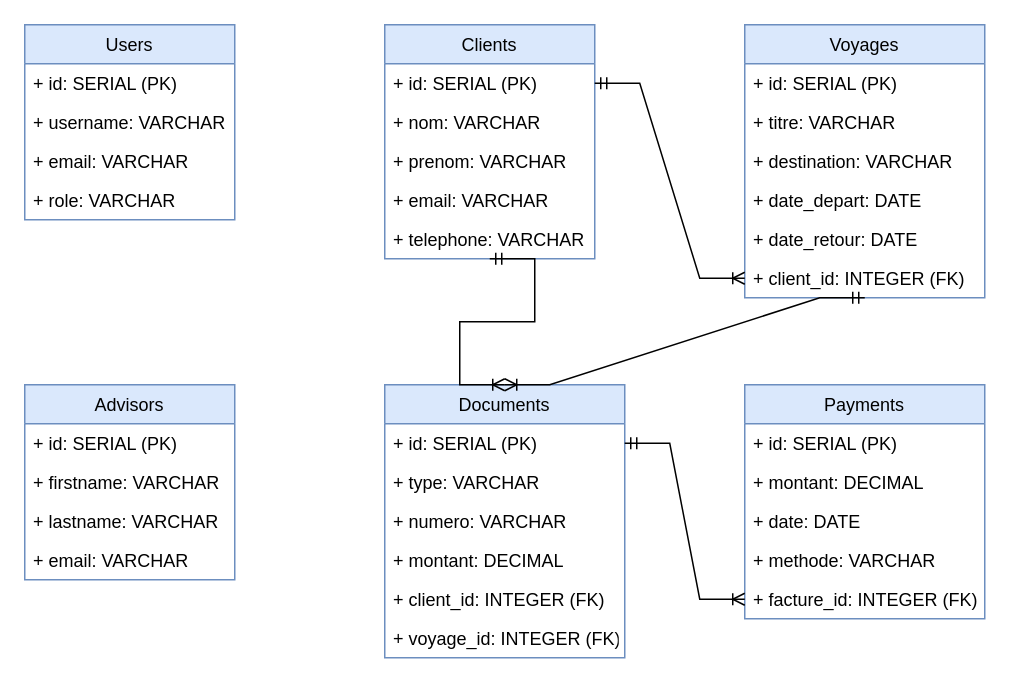
Earlier version of the draw.io diagram diagrams/er-diagram.drawio (matteobelin/Projet-Annuel---GoSquad-). Source tidied: cells renumbered, new cells numbered last; positions are measured from the earlier drawing's top-left corner, leaving out a move shared by most shapes. Both pictures are drawn from the tidied source at 150%, with x=0, y=0 at pixel (24, 24).
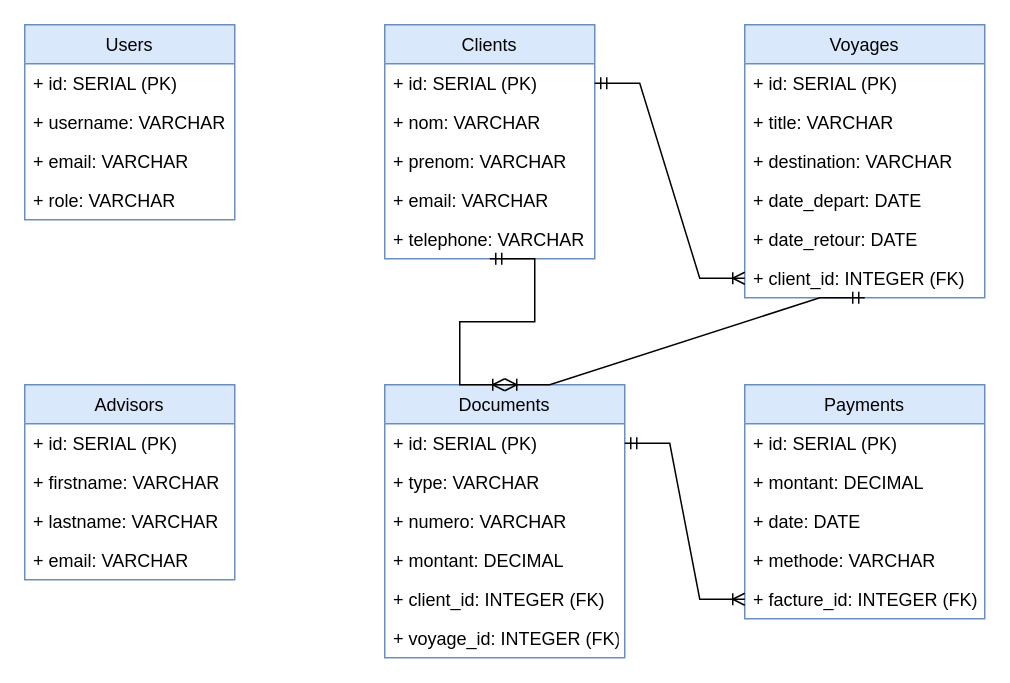
The same diagram, later.

Unchanged cells that the change refers to:
```xml
<mxCell id="13" value="Voyages" style="swimlane;fontStyle=0;horizontal=1;startSize=26;fillColor=#dae8fc;strokeColor=#6c8ebf;" parent="1" vertex="1">
  <mxGeometry x="480" width="160" height="182" as="geometry" />
</mxCell>
```

Diff of the diagram source:
```diff
@@
-    <mxCell id="15" value="+ titre: VARCHAR" style="text;strokeColor=none;fillColor=none;align=left;verticalAlign=top;spacingLeft=4;spacingRight=4;overflow=hidden;" parent="13" vertex="1">
+    <mxCell id="15" value="+ title: VARCHAR" style="text;strokeColor=none;fillColor=none;align=left;verticalAlign=top;spacingLeft=4;spacingRight=4;overflow=hidden;" parent="13" vertex="1">
       <mxGeometry y="52" width="160" height="26" as="geometry" />
     </mxCell>
```
